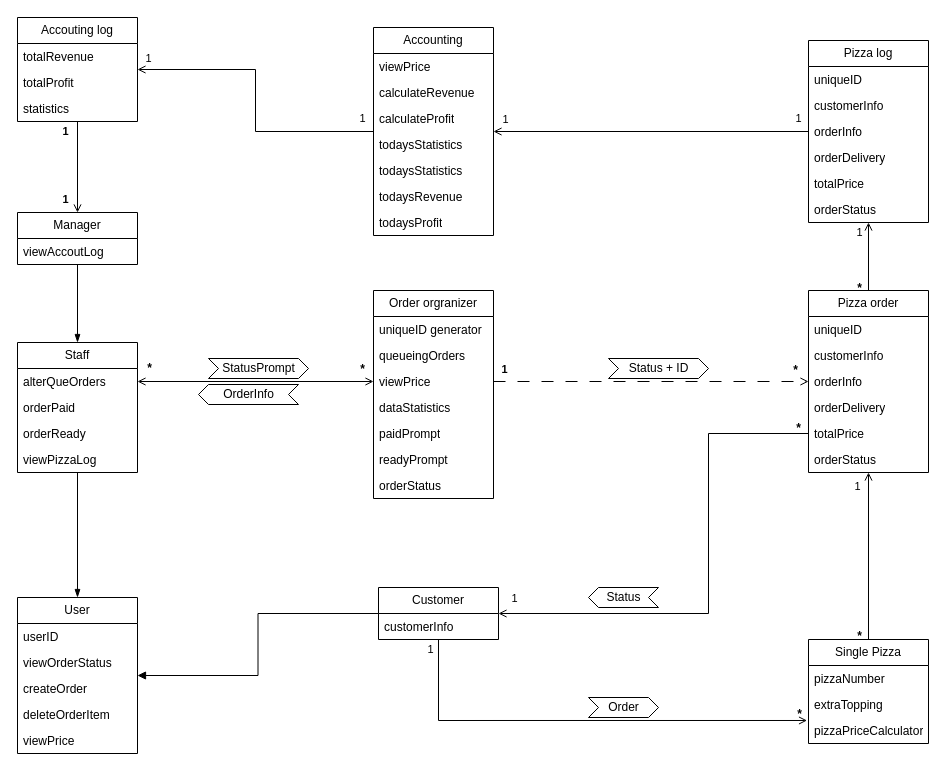
Cal-ly/PizzaStore keeps this draw.io diagram as PizzaStoreDomainDiagram.drawio. Above is the earlier version. Source tidied: cells renumbered, new cells numbered last; positions are measured from the earlier drawing's top-left corner, leaving out a move shared by most shapes. Both pictures are drawn from the tidied source at 100%, with x=0, y=0 at pixel (17, 17).
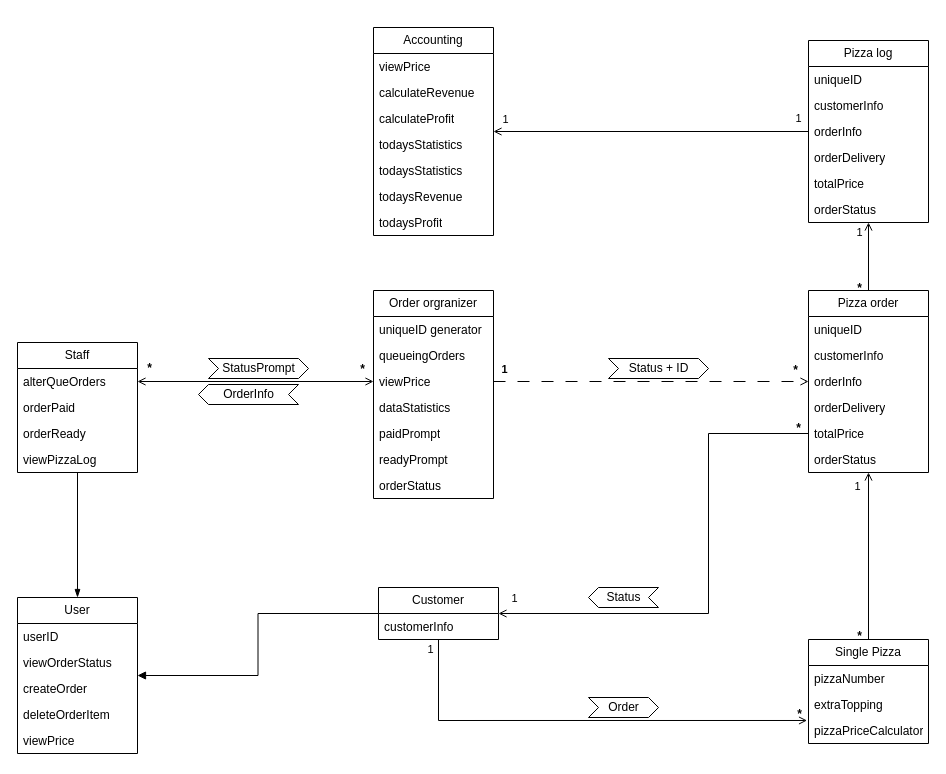
The same page after the edit.

Unchanged cells that the change refers to:
```xml
<mxCell id="19" value="Accounting" style="swimlane;fontStyle=0;horizontal=1;startSize=26;fillColor=none;whiteSpace=wrap;html=1;fontSize=12;spacing=2;" parent="1" vertex="1">
  <mxGeometry x="356" y="10" width="120" height="208" as="geometry" />
</mxCell>
<mxCell id="56" value="Staff" style="swimlane;fontStyle=0;horizontal=1;startSize=26;fillColor=none;whiteSpace=wrap;html=1;fontSize=12;spacing=2;" parent="1" vertex="1">
  <mxGeometry y="325" width="120" height="130" as="geometry" />
</mxCell>
```

Change to the diagram source:
```diff
@@
-    <mxCell id="27" style="edgeStyle=orthogonalEdgeStyle;rounded=0;jettySize=auto;html=1;entryX=0.5;entryY=0;entryDx=0;entryDy=0;endArrow=open;endFill=0;" parent="1" edge="1" source="28" target="64">
-      <mxGeometry relative="1" as="geometry" />
-    </mxCell>
-    <mxCell id="28" value="Accouting log" style="swimlane;fontStyle=0;horizontal=1;startSize=26;fillColor=none;whiteSpace=wrap;html=1;fontSize=12;spacing=2;" parent="1" vertex="1">
-      <mxGeometry width="120" height="104" as="geometry" />
-    </mxCell>
-    <mxCell id="29" value="totalRevenue" style="text;strokeColor=none;fillColor=none;align=left;verticalAlign=top;spacingLeft=4;spacingRight=4;overflow=hidden;whiteSpace=wrap;html=1;fontSize=12;spacing=2;" parent="28" vertex="1">
-      <mxGeometry y="26" width="120" height="26" as="geometry" />
-    </mxCell>
-    <mxCell id="30" value="totalProfit" style="text;strokeColor=none;fillColor=none;align=left;verticalAlign=top;spacingLeft=4;spacingRight=4;overflow=hidden;whiteSpace=wrap;html=1;fontSize=12;spacing=2;" parent="28" vertex="1">
-      <mxGeometry y="52" width="120" height="26" as="geometry" />
-    </mxCell>
-    <mxCell id="31" value="statistics" style="text;strokeColor=none;fillColor=none;align=left;verticalAlign=top;spacingLeft=4;spacingRight=4;overflow=hidden;whiteSpace=wrap;html=1;fontSize=12;spacing=2;" parent="28" vertex="1">
-      <mxGeometry y="78" width="120" height="26" as="geometry" />
-    </mxCell>
@@
-    <mxCell id="64" value="Manager" style="swimlane;fontStyle=0;horizontal=1;startSize=26;fillColor=none;whiteSpace=wrap;html=1;fontSize=12;spacing=2;" parent="1" vertex="1">
-      <mxGeometry y="195" width="120" height="52" as="geometry" />
-    </mxCell>
-    <mxCell id="65" value="viewAccoutLog&lt;br&gt;" style="text;strokeColor=none;fillColor=none;align=left;verticalAlign=top;spacingLeft=4;spacingRight=4;overflow=hidden;whiteSpace=wrap;html=1;fontSize=12;spacing=2;" parent="64" vertex="1">
-      <mxGeometry y="26" width="120" height="26" as="geometry" />
-    </mxCell>
-    <mxCell id="66" style="edgeStyle=orthogonalEdgeStyle;rounded=0;jettySize=auto;html=1;endArrow=blockThin;endFill=1;" parent="1" edge="1" source="64" target="56">
-      <mxGeometry relative="1" as="geometry" />
-    </mxCell>
-    <mxCell id="67" style="edgeStyle=orthogonalEdgeStyle;rounded=0;jettySize=auto;html=1;endArrow=open;endFill=0;" parent="1" edge="1" source="19" target="28">
-      <mxGeometry relative="1" as="geometry" />
-    </mxCell>
-    <mxCell id="68" value="1" style="edgeLabel;html=1;align=center;verticalAlign=middle;" parent="67" vertex="1">
-      <mxGeometry x="0.89" y="-1" relative="1" as="geometry">
-        <mxPoint x="-6" y="-11" as="offset" />
-      </mxGeometry>
-    </mxCell>
-    <mxCell id="69" value="1" style="edgeLabel;html=1;align=center;verticalAlign=middle;" parent="67" vertex="1">
-      <mxGeometry x="-0.92" y="1" relative="1" as="geometry">
-        <mxPoint y="-15" as="offset" />
-      </mxGeometry>
-    </mxCell>
@@
-    <mxCell id="81" value="1" style="edgeLabel;html=1;align=center;verticalAlign=middle;fontStyle=1;" parent="1" vertex="1">
-      <mxGeometry x="495.9" y="364" as="geometry">
-        <mxPoint x="-448" y="-251" as="offset" />
-      </mxGeometry>
-    </mxCell>
-    <mxCell id="82" value="1" style="edgeLabel;html=1;align=center;verticalAlign=middle;fontStyle=1;" parent="1" vertex="1">
-      <mxGeometry x="495.9" y="361" as="geometry">
-        <mxPoint x="-448" y="-180" as="offset" />
-      </mxGeometry>
-    </mxCell>
```
